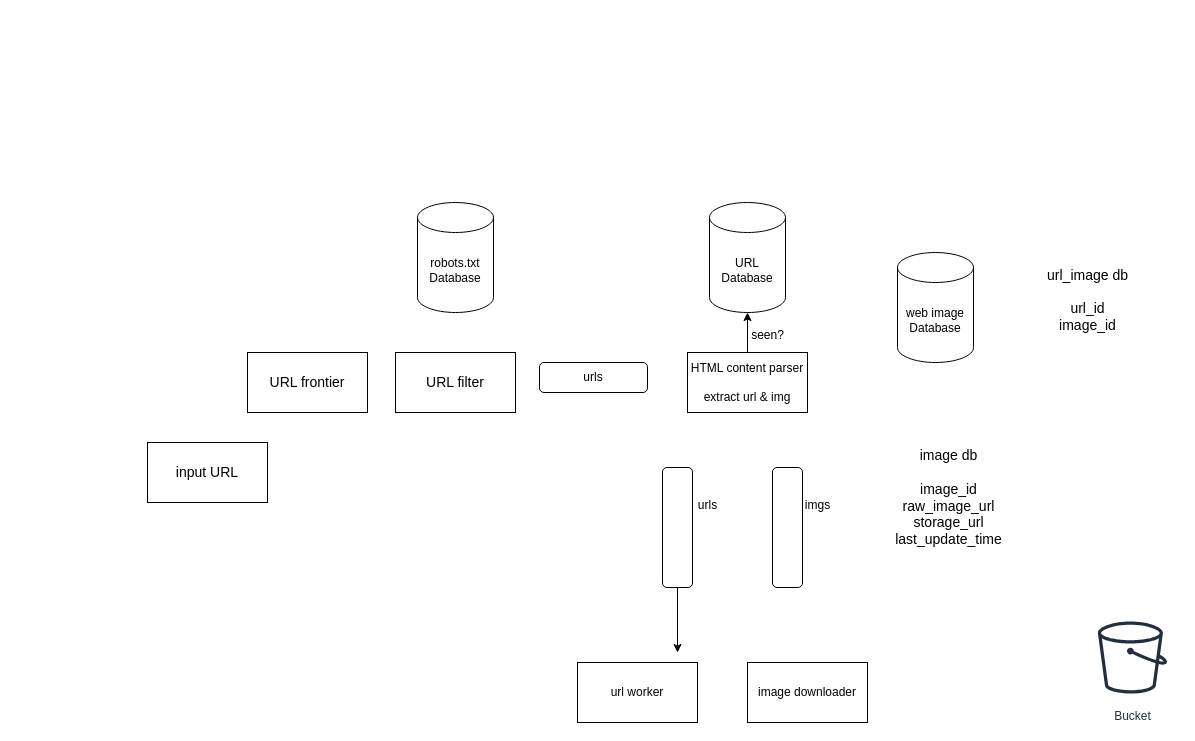
kankaiz/drawio keeps this draw.io diagram as page "Page-2" (2 of 3) of practise.drawio. Above is the earlier version. Source tidied: cells renumbered, new cells numbered last; positions are measured from the earlier drawing's top-left corner, leaving out a move shared by most shapes. Both pictures are drawn from the tidied source at 100%, with x=0, y=0 at pixel (147, 202).
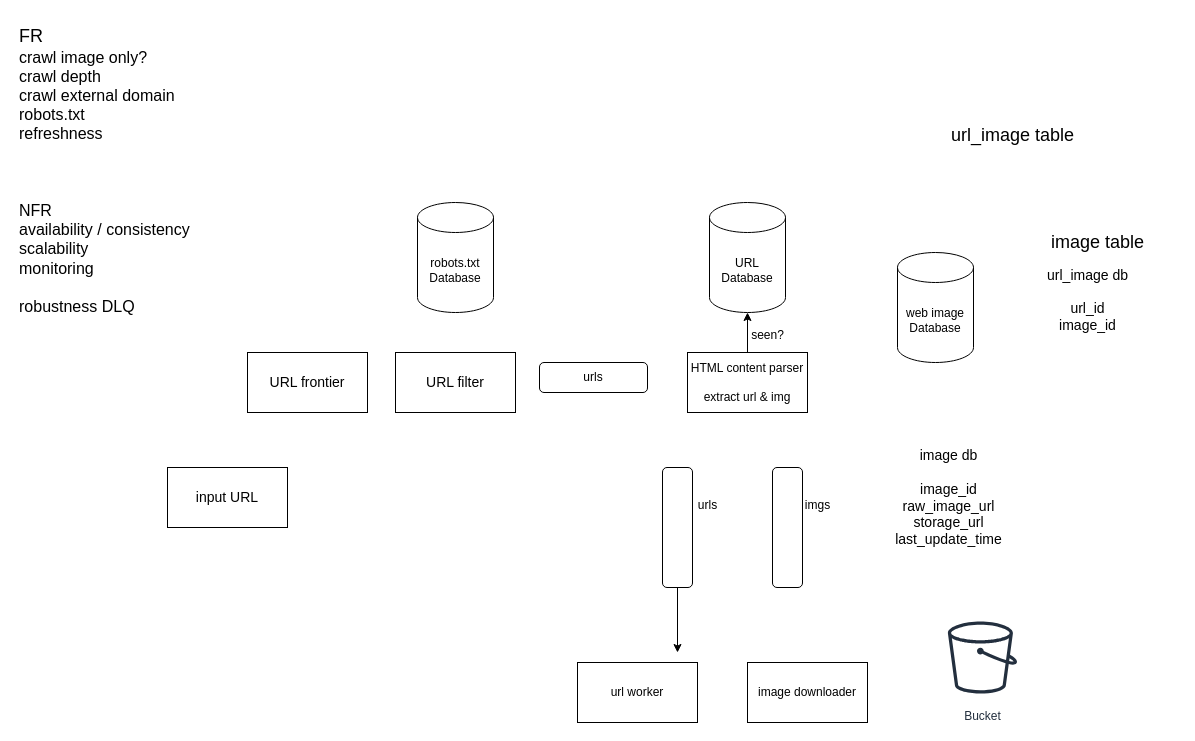
Above is the later version.

Change to the diagram source:
```diff
@@
     <mxCell id="2" value="&lt;font style=&quot;font-size: 14px;&quot;&gt;input URL&lt;/font&gt;" style="rounded=0;whiteSpace=wrap;html=1;" parent="1" vertex="1">
-      <mxGeometry y="240" width="120" height="60" as="geometry" />
+      <mxGeometry x="20" y="265" width="120" height="60" as="geometry" />
     </mxCell>
@@
     <mxCell id="15" value="Bucket" style="sketch=0;fontColor=#232F3E;gradientColor=none;strokeColor=#232F3E;fillColor=#ffffff;dashed=0;verticalLabelPosition=bottom;verticalAlign=top;align=center;html=1;fontSize=12;fontStyle=0;shape=mxgraph.aws4.resourceIcon;resIcon=mxgraph.aws4.bucket;" parent="1" vertex="1">
-      <mxGeometry x="940" y="410" width="90" height="90" as="geometry" />
+      <mxGeometry x="790" y="410" width="90" height="90" as="geometry" />
     </mxCell>
@@
+    <mxCell id="22" value="&lt;font style=&quot;font-size: 18px;&quot;&gt;FR&lt;/font&gt;&lt;div&gt;&lt;font size=&quot;3&quot;&gt;crawl image only?&lt;/font&gt;&lt;/div&gt;&lt;div&gt;&lt;font size=&quot;3&quot;&gt;crawl depth&lt;/font&gt;&lt;/div&gt;&lt;div&gt;&lt;font size=&quot;3&quot;&gt;crawl external domain&lt;/font&gt;&lt;/div&gt;&lt;div&gt;&lt;font size=&quot;3&quot;&gt;robots.txt&lt;/font&gt;&lt;/div&gt;&lt;div&gt;&lt;font size=&quot;3&quot;&gt;refreshness&lt;/font&gt;&lt;/div&gt;&lt;div&gt;&lt;font size=&quot;3&quot;&gt;&lt;br&gt;&lt;/font&gt;&lt;/div&gt;&lt;div&gt;&lt;font size=&quot;3&quot;&gt;&lt;br&gt;&lt;/font&gt;&lt;/div&gt;&lt;div&gt;&lt;font size=&quot;3&quot;&gt;&lt;br&gt;&lt;/font&gt;&lt;/div&gt;&lt;div&gt;&lt;font size=&quot;3&quot;&gt;NFR&lt;/font&gt;&lt;/div&gt;&lt;div&gt;&lt;font size=&quot;3&quot;&gt;availability / consistency&lt;/font&gt;&lt;/div&gt;&lt;div&gt;&lt;font size=&quot;3&quot;&gt;scalability&lt;/font&gt;&lt;/div&gt;&lt;div&gt;&lt;font size=&quot;3&quot;&gt;monitoring&lt;/font&gt;&lt;/div&gt;&lt;div&gt;&lt;font size=&quot;3&quot;&gt;&lt;br&gt;&lt;/font&gt;&lt;/div&gt;&lt;div&gt;&lt;font size=&quot;3&quot;&gt;robustness DLQ&lt;/font&gt;&lt;/div&gt;&lt;div&gt;&lt;font size=&quot;3&quot;&gt;&lt;br&gt;&lt;/font&gt;&lt;/div&gt;&lt;div&gt;&lt;font size=&quot;3&quot;&gt;&lt;br&gt;&lt;/font&gt;&lt;/div&gt;&lt;div&gt;&lt;br&gt;&lt;/div&gt;" style="text;html=1;align=left;verticalAlign=middle;strokeColor=none;fillColor=none;" parent="1" vertex="1">
+      <mxGeometry x="-130" y="-185" width="190" height="360" as="geometry" />
+    </mxCell>
+    <mxCell id="23" value="&lt;span style=&quot;font-size: 18px;&quot;&gt;url_image table&lt;/span&gt;" style="text;html=1;align=center;verticalAlign=middle;strokeColor=none;fillColor=none;" parent="1" vertex="1">
+      <mxGeometry x="790" y="-87" width="150" height="40" as="geometry" />
+    </mxCell>
+    <mxCell id="24" value="&lt;span style=&quot;font-size: 18px;&quot;&gt;image table&lt;/span&gt;" style="text;html=1;align=center;verticalAlign=middle;strokeColor=none;fillColor=none;" parent="1" vertex="1">
+      <mxGeometry x="890" y="20" width="120" height="40" as="geometry" />
+    </mxCell>
```
